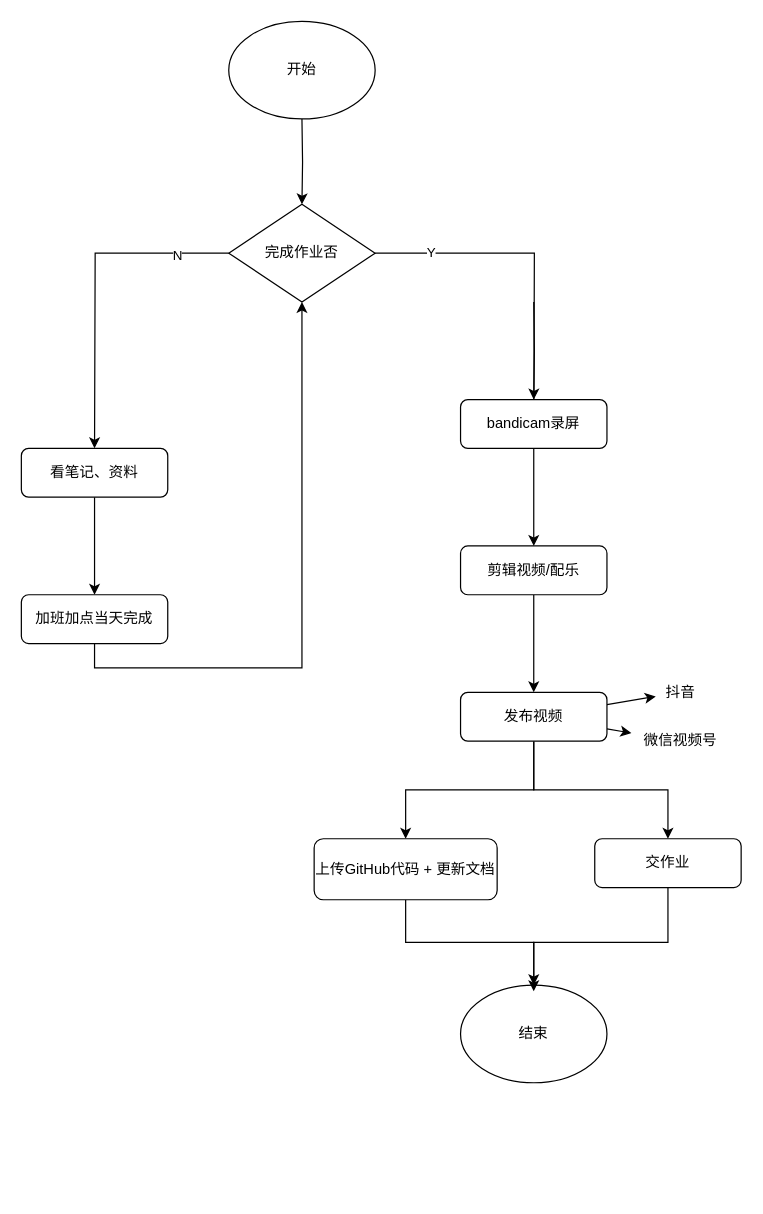
Above: Doc/workflow.drawio in TanGuangZhi/Web-Front (draw.io), before the change. Source tidied: cells renumbered, new cells numbered last; positions are measured from the earlier drawing's top-left corner, leaving out a move shared by most shapes. Both pictures are drawn from the tidied source at 122%, with x=0, y=0 at pixel (21, 21).
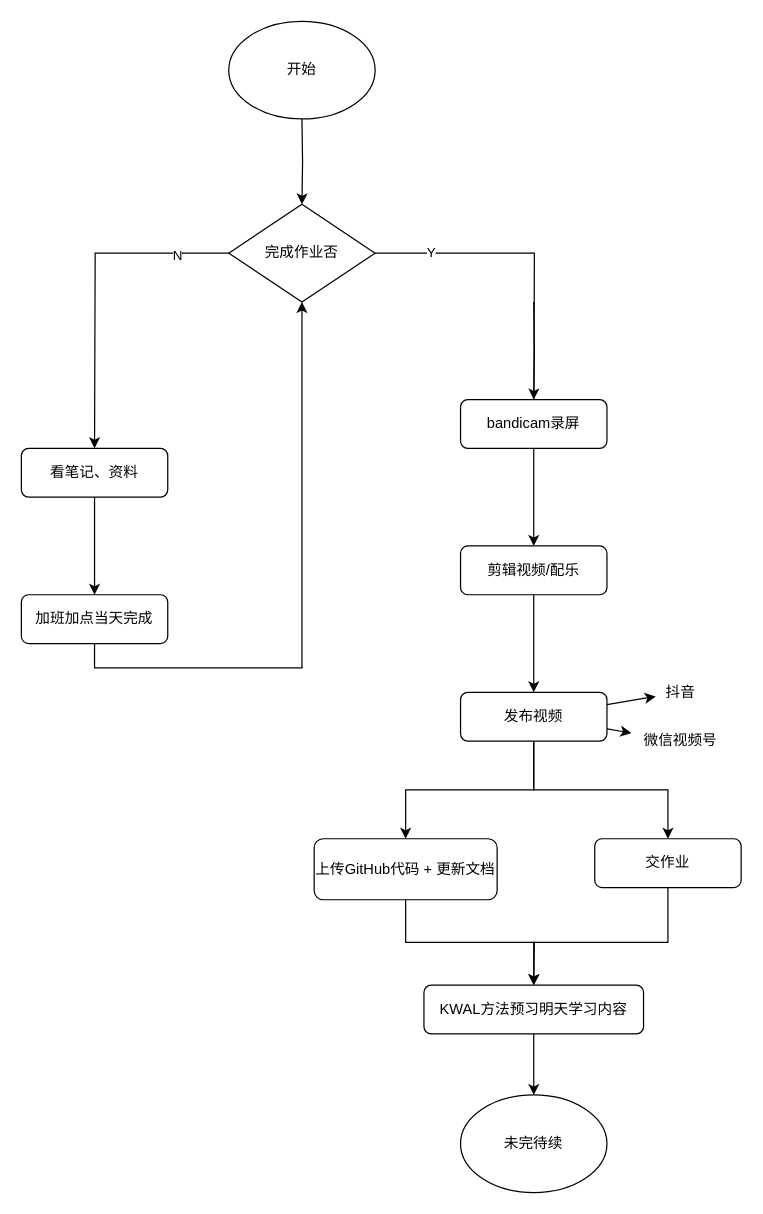
The same page after the edit.

The change refers to these unchanged cells:
```xml
<mxCell id="21" value="上传GitHub代码 + 更新文档" style="rounded=1;whiteSpace=wrap;html=1;" parent="1" vertex="1">
  <mxGeometry x="240" y="670" width="150" height="50" as="geometry" />
</mxCell>
<mxCell id="29" value="交作业" style="rounded=1;whiteSpace=wrap;html=1;" parent="1" vertex="1">
  <mxGeometry x="470" y="670" width="120" height="40" as="geometry" />
</mxCell>
```

The edit, as a diff of the source:
```diff
@@
-    <mxCell id="20" style="edgeStyle=orthogonalEdgeStyle;rounded=0;jettySize=auto;html=1;exitX=0.5;exitY=1;exitDx=0;exitDy=0;entryX=0.5;entryY=0;entryDx=0;entryDy=0;" parent="1" edge="1" source="21" target="23">
-      <mxGeometry relative="1" as="geometry" />
+    <mxCell id="20" style="edgeStyle=orthogonalEdgeStyle;rounded=0;jettySize=auto;html=1;exitX=0.5;exitY=1;exitDx=0;exitDy=0;entryX=0.5;entryY=0;entryDx=0;entryDy=0;" parent="1" edge="1" source="21">
+      <mxGeometry relative="1" as="geometry">
+        <mxPoint x="420" y="790" as="targetPoint" />
+      </mxGeometry>
     </mxCell>
@@
-    <mxCell id="23" value="结束" style="ellipse;whiteSpace=wrap;html=1;" parent="1" vertex="1">
-      <mxGeometry x="360" y="790" width="120" height="80" as="geometry" />
-    </mxCell>
@@
     <mxCell id="28" style="edgeStyle=orthogonalEdgeStyle;rounded=0;jettySize=auto;html=1;exitX=0.5;exitY=1;exitDx=0;exitDy=0;exitPerimeter=0;" parent="1" edge="1" source="29">
       <mxGeometry relative="1" as="geometry">
-        <mxPoint x="420" y="795" as="targetPoint" />
+        <mxPoint x="420" y="790" as="targetPoint" />
         <Array as="points">
           <mxPoint x="530" y="755" />
           <mxPoint x="420" y="755" />
         </Array>
       </mxGeometry>
     </mxCell>
@@
+    <mxCell id="30" style="edgeStyle=orthogonalEdgeStyle;rounded=0;jettySize=auto;html=1;exitX=0.5;exitY=1;exitDx=0;exitDy=0;entryX=0.5;entryY=0;entryDx=0;entryDy=0;" parent="1" edge="1" source="31" target="32">
+      <mxGeometry relative="1" as="geometry" />
+    </mxCell>
+    <mxCell id="31" value="KWAL方法预习明天学习内容" style="rounded=1;whiteSpace=wrap;html=1;" parent="1" vertex="1">
+      <mxGeometry x="330" y="790" width="180" height="40" as="geometry" />
+    </mxCell>
+    <mxCell id="32" value="未完待续" style="ellipse;whiteSpace=wrap;html=1;" parent="1" vertex="1">
+      <mxGeometry x="360" y="880" width="120" height="80" as="geometry" />
+    </mxCell>
```
